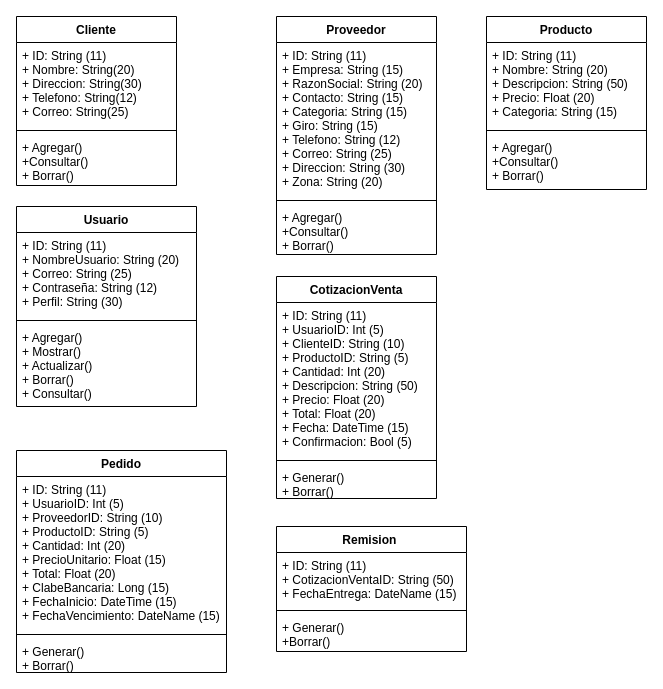
Earlier version of the draw.io diagram diagrama de clases.drawio (KAI1718/clase). Source tidied: cells renumbered, new cells numbered last; positions are measured from the earlier drawing's top-left corner, leaving out a move shared by most shapes. Both pictures are drawn from the tidied source at 100%, with x=0, y=0 at pixel (16, 16).
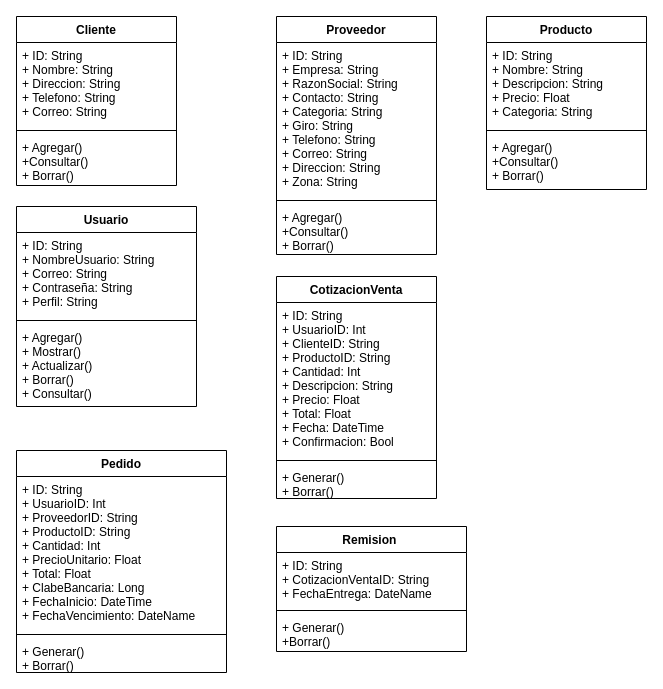
Above is the later version.

The change refers to these unchanged cells:
```xml
<mxCell id="2" value="Cliente" style="swimlane;fontStyle=1;align=center;verticalAlign=top;horizontal=1;startSize=26;" parent="1" vertex="1">
  <mxGeometry width="160" height="169" as="geometry" />
</mxCell>
<mxCell id="6" value="CotizacionVenta" style="swimlane;fontStyle=1;align=center;verticalAlign=top;horizontal=1;startSize=26;" parent="1" vertex="1">
  <mxGeometry x="260" y="260" width="160" height="222" as="geometry" />
</mxCell>
<mxCell id="10" value="Pedido" style="swimlane;fontStyle=1;align=center;verticalAlign=top;horizontal=1;startSize=26;" parent="1" vertex="1">
  <mxGeometry y="434" width="210" height="222" as="geometry" />
</mxCell>
<mxCell id="14" value="Producto" style="swimlane;fontStyle=1;align=center;verticalAlign=top;horizontal=1;startSize=26;" parent="1" vertex="1">
  <mxGeometry x="470" width="160" height="173" as="geometry" />
</mxCell>
<mxCell id="18" value="Proveedor" style="swimlane;fontStyle=1;align=center;verticalAlign=top;horizontal=1;startSize=26;" parent="1" vertex="1">
  <mxGeometry x="260" width="160" height="238" as="geometry" />
</mxCell>
<mxCell id="22" value="Remision " style="swimlane;fontStyle=1;align=center;verticalAlign=top;horizontal=1;startSize=26;" parent="1" vertex="1">
  <mxGeometry x="260" y="510" width="190" height="125" as="geometry" />
</mxCell>
<mxCell id="26" value="Usuario" style="swimlane;fontStyle=1;align=center;verticalAlign=top;horizontal=1;startSize=26;" parent="1" vertex="1">
  <mxGeometry y="190" width="180" height="200" as="geometry" />
</mxCell>
```

Diff of the diagram source:
```diff
@@
-    <mxCell id="3" value="+ ID: String (11)&#10;+ Nombre: String(20)&#10;+ Direccion: String(30)&#10;+ Telefono: String(12)&#10;+ Correo: String(25)" style="text;strokeColor=none;fillColor=none;align=left;verticalAlign=top;spacingLeft=4;spacingRight=4;overflow=hidden;" parent="2" vertex="1">
+    <mxCell id="3" value="+ ID: String &#10;+ Nombre: String&#10;+ Direccion: String&#10;+ Telefono: String&#10;+ Correo: String" style="text;strokeColor=none;fillColor=none;align=left;verticalAlign=top;spacingLeft=4;spacingRight=4;overflow=hidden;" parent="2" vertex="1">
       <mxGeometry y="26" width="160" height="84" as="geometry" />
     </mxCell>
@@
-    <mxCell id="7" value="+ ID: String (11)&#10;+ UsuarioID: Int (5)&#10;+ ClienteID: String (10)&#10;+ ProductoID: String (5)&#10;+ Cantidad: Int (20)&#10;+ Descripcion: String (50)&#10;+ Precio: Float (20)&#10;+ Total: Float (20)&#10;+ Fecha: DateTime (15)&#10;+ Confirmacion: Bool (5)" style="text;strokeColor=none;fillColor=none;align=left;verticalAlign=top;spacingLeft=4;spacingRight=4;overflow=hidden;" parent="6" vertex="1">
+    <mxCell id="7" value="+ ID: String &#10;+ UsuarioID: Int &#10;+ ClienteID: String &#10;+ ProductoID: String&#10;+ Cantidad: Int &#10;+ Descripcion: String &#10;+ Precio: Float &#10;+ Total: Float &#10;+ Fecha: DateTime &#10;+ Confirmacion: Bool " style="text;strokeColor=none;fillColor=none;align=left;verticalAlign=top;spacingLeft=4;spacingRight=4;overflow=hidden;" parent="6" vertex="1">
       <mxGeometry y="26" width="160" height="154" as="geometry" />
     </mxCell>
@@
-    <mxCell id="11" value="+ ID: String (11)&#10;+ UsuarioID: Int (5)&#10;+ ProveedorID: String (10)&#10;+ ProductoID: String (5)&#10;+ Cantidad: Int (20)&#10;+ PrecioUnitario: Float (15)&#10;+ Total: Float (20)&#10;+ ClabeBancaria: Long (15)&#10;+ FechaInicio: DateTime (15)&#10;+ FechaVencimiento: DateName (15)" style="text;strokeColor=none;fillColor=none;align=left;verticalAlign=top;spacingLeft=4;spacingRight=4;overflow=hidden;" parent="10" vertex="1">
+    <mxCell id="11" value="+ ID: String &#10;+ UsuarioID: Int &#10;+ ProveedorID: String&#10;+ ProductoID: String &#10;+ Cantidad: Int &#10;+ PrecioUnitario: Float &#10;+ Total: Float &#10;+ ClabeBancaria: Long &#10;+ FechaInicio: DateTime &#10;+ FechaVencimiento: DateName " style="text;strokeColor=none;fillColor=none;align=left;verticalAlign=top;spacingLeft=4;spacingRight=4;overflow=hidden;" parent="10" vertex="1">
       <mxGeometry y="26" width="210" height="154" as="geometry" />
     </mxCell>
@@
-    <mxCell id="15" value="+ ID: String (11)&#10;+ Nombre: String (20)&#10;+ Descripcion: String (50)&#10;+ Precio: Float (20)&#10;+ Categoria: String (15)" style="text;strokeColor=none;fillColor=none;align=left;verticalAlign=top;spacingLeft=4;spacingRight=4;overflow=hidden;" parent="14" vertex="1">
+    <mxCell id="15" value="+ ID: String &#10;+ Nombre: String &#10;+ Descripcion: String &#10;+ Precio: Float &#10;+ Categoria: String " style="text;strokeColor=none;fillColor=none;align=left;verticalAlign=top;spacingLeft=4;spacingRight=4;overflow=hidden;" parent="14" vertex="1">
       <mxGeometry y="26" width="160" height="84" as="geometry" />
     </mxCell>
@@
-    <mxCell id="19" value="+ ID: String (11)&#10;+ Empresa: String (15)&#10;+ RazonSocial: String (20)&#10;+ Contacto: String (15)&#10;+ Categoria: String (15)&#10;+ Giro: String (15)&#10;+ Telefono: String (12)&#10;+ Correo: String (25)&#10;+ Direccion: String (30)&#10;+ Zona: String (20)&#10; " style="text;strokeColor=none;fillColor=none;align=left;verticalAlign=top;spacingLeft=4;spacingRight=4;overflow=hidden;" parent="18" vertex="1">
+    <mxCell id="19" value="+ ID: String &#10;+ Empresa: String &#10;+ RazonSocial: String &#10;+ Contacto: String &#10;+ Categoria: String &#10;+ Giro: String &#10;+ Telefono: String&#10;+ Correo: String&#10;+ Direccion: String&#10;+ Zona: String&#10; " style="text;strokeColor=none;fillColor=none;align=left;verticalAlign=top;spacingLeft=4;spacingRight=4;overflow=hidden;" parent="18" vertex="1">
       <mxGeometry y="26" width="160" height="154" as="geometry" />
     </mxCell>
@@
-    <mxCell id="23" value="+ ID: String (11)&#10;+ CotizacionVentaID: String (50)&#10;+ FechaEntrega: DateName (15)" style="text;strokeColor=none;fillColor=none;align=left;verticalAlign=top;spacingLeft=4;spacingRight=4;overflow=hidden;" parent="22" vertex="1">
+    <mxCell id="23" value="+ ID: String &#10;+ CotizacionVentaID: String &#10;+ FechaEntrega: DateName " style="text;strokeColor=none;fillColor=none;align=left;verticalAlign=top;spacingLeft=4;spacingRight=4;overflow=hidden;" parent="22" vertex="1">
       <mxGeometry y="26" width="190" height="54" as="geometry" />
     </mxCell>
@@
-    <mxCell id="27" value="+ ID: String (11)&#10;+ NombreUsuario: String (20)&#10;+ Correo: String (25)&#10;+ Contraseña: String (12)&#10;+ Perfil: String (30)" style="text;strokeColor=none;fillColor=none;align=left;verticalAlign=top;spacingLeft=4;spacingRight=4;overflow=hidden;" parent="26" vertex="1">
+    <mxCell id="27" value="+ ID: String &#10;+ NombreUsuario: String &#10;+ Correo: String &#10;+ Contraseña: String &#10;+ Perfil: String" style="text;strokeColor=none;fillColor=none;align=left;verticalAlign=top;spacingLeft=4;spacingRight=4;overflow=hidden;" parent="26" vertex="1">
       <mxGeometry y="26" width="180" height="84" as="geometry" />
     </mxCell>
```
